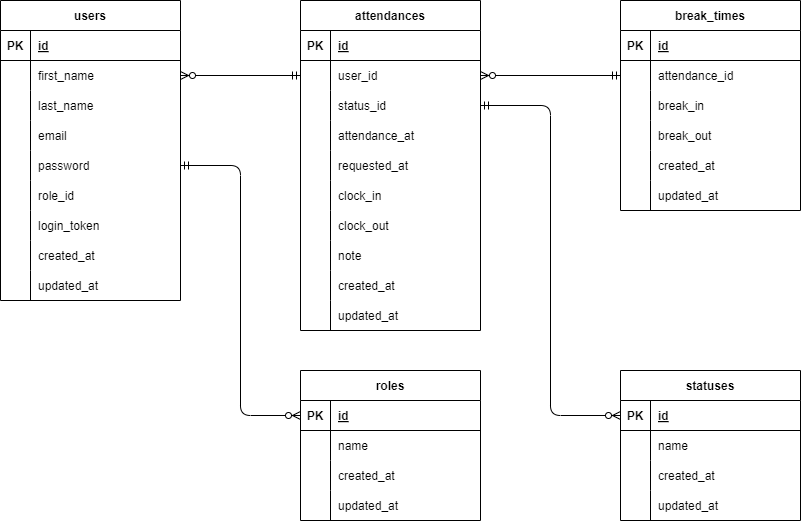
This is diagram/ER/ER.png from Shun-Adachi/coachtech-attendance-management, a draw.io export, as it was before one commit. Source tidied: cells renumbered, new cells last; positions are measured from the earlier drawing's top-left corner, leaving out a move shared by most shapes.
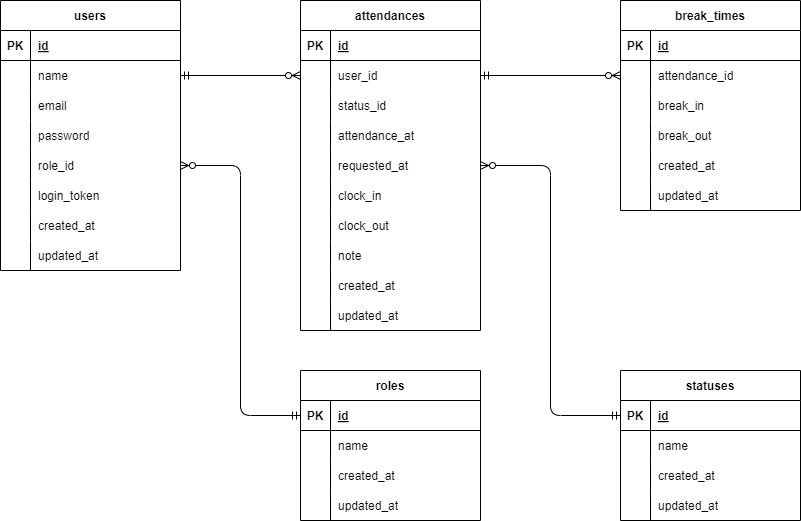
After the commit.

What changed in the source:
```diff
@@ -3,7 +3,7 @@
     <mxCell id="0" />
     <mxCell id="1" parent="0" />
     <mxCell id="2" value="users" style="shape=table;startSize=30;rowLines=0;fontStyle=1;align=center;" parent="1" vertex="1">
-      <mxGeometry width="180" height="300" as="geometry" />
+      <mxGeometry width="180" height="270" as="geometry" />
     </mxCell>
     <mxCell id="3" style="shape=tableRow;horizontal=0;startSize=0;swimlaneHead=0;swimlaneBody=0;fillColor=none;top=0;left=0;right=0;bottom=1;" parent="2" vertex="1">
       <mxGeometry y="30" width="180" height="30" as="geometry" />
@@ -20,20 +20,11 @@
     <mxCell id="7" style="shape=partialRectangle;fillColor=none;top=0;left=0;bottom=0;right=0;overflow=hidden;" parent="6" vertex="1">
       <mxGeometry width="30" height="30" as="geometry" />
     </mxCell>
-    <mxCell id="8" value="first_name" style="shape=partialRectangle;fillColor=none;top=0;left=0;bottom=0;right=0;align=left;spacingLeft=6;overflow=hidden;" parent="6" vertex="1">
+    <mxCell id="8" value="name" style="shape=partialRectangle;fillColor=none;top=0;left=0;bottom=0;right=0;align=left;spacingLeft=6;overflow=hidden;" parent="6" vertex="1">
       <mxGeometry x="30" width="150" height="30" as="geometry" />
     </mxCell>
-    <mxCell id="9" style="shape=tableRow;horizontal=0;startSize=0;swimlaneHead=0;swimlaneBody=0;fillColor=none;top=0;left=0;right=0;bottom=0;" parent="2" vertex="1">
-      <mxGeometry y="90" width="180" height="30" as="geometry" />
-    </mxCell>
-    <mxCell id="10" style="shape=partialRectangle;fillColor=none;top=0;left=0;bottom=0;right=0;overflow=hidden;" parent="9" vertex="1">
-      <mxGeometry width="30" height="30" as="geometry" />
-    </mxCell>
-    <mxCell id="11" value="last_name" style="shape=partialRectangle;fillColor=none;top=0;left=0;bottom=0;right=0;align=left;spacingLeft=6;overflow=hidden;" parent="9" vertex="1">
-      <mxGeometry x="30" width="150" height="30" as="geometry" />
-    </mxCell>
     <mxCell id="12" style="shape=tableRow;horizontal=0;startSize=0;swimlaneHead=0;swimlaneBody=0;fillColor=none;top=0;left=0;right=0;bottom=0;" parent="2" vertex="1">
-      <mxGeometry y="120" width="180" height="30" as="geometry" />
+      <mxGeometry y="90" width="180" height="30" as="geometry" />
     </mxCell>
     <mxCell id="13" style="shape=partialRectangle;fillColor=none;top=0;left=0;bottom=0;right=0;overflow=hidden;" parent="12" vertex="1">
       <mxGeometry width="30" height="30" as="geometry" />
@@ -42,7 +33,7 @@
       <mxGeometry x="30" width="150" height="30" as="geometry" />
     </mxCell>
     <mxCell id="15" style="shape=tableRow;horizontal=0;startSize=0;swimlaneHead=0;swimlaneBody=0;fillColor=none;points=[[0,0.5],[1,0.5]];portConstraint=eastwest;top=0;left=0;right=0;bottom=0;" parent="2" vertex="1">
-      <mxGeometry y="150" width="180" height="30" as="geometry" />
+      <mxGeometry y="120" width="180" height="30" as="geometry" />
     </mxCell>
     <mxCell id="16" style="shape=partialRectangle;fillColor=none;top=0;left=0;bottom=0;right=0;overflow=hidden;" parent="15" vertex="1">
       <mxGeometry width="30" height="30" as="geometry" />
@@ -51,7 +42,7 @@
       <mxGeometry x="30" width="150" height="30" as="geometry" />
     </mxCell>
     <mxCell id="18" style="shape=tableRow;horizontal=0;startSize=0;swimlaneHead=0;swimlaneBody=0;fillColor=none;points=[[0,0.5],[1,0.5]];portConstraint=eastwest;top=0;left=0;right=0;bottom=0;" parent="2" vertex="1">
-      <mxGeometry y="180" width="180" height="30" as="geometry" />
+      <mxGeometry y="150" width="180" height="30" as="geometry" />
     </mxCell>
     <mxCell id="19" style="shape=partialRectangle;fillColor=none;top=0;left=0;bottom=0;right=0;overflow=hidden;" parent="18" vertex="1">
       <mxGeometry width="30" height="30" as="geometry" />
@@ -60,7 +51,7 @@
       <mxGeometry x="30" width="150" height="30" as="geometry" />
     </mxCell>
     <mxCell id="21" style="shape=tableRow;horizontal=0;startSize=0;swimlaneHead=0;swimlaneBody=0;fillColor=none;top=0;left=0;right=0;bottom=0;" parent="2" vertex="1">
-      <mxGeometry y="210" width="180" height="30" as="geometry" />
+      <mxGeometry y="180" width="180" height="30" as="geometry" />
     </mxCell>
     <mxCell id="22" style="shape=partialRectangle;fillColor=none;top=0;left=0;bottom=0;right=0;overflow=hidden;" parent="21" vertex="1">
       <mxGeometry width="30" height="30" as="geometry" />
@@ -69,7 +60,7 @@
       <mxGeometry x="30" width="150" height="30" as="geometry" />
     </mxCell>
     <mxCell id="24" style="shape=tableRow;horizontal=0;startSize=0;swimlaneHead=0;swimlaneBody=0;fillColor=none;top=0;left=0;right=0;bottom=0;" parent="2" vertex="1">
-      <mxGeometry y="240" width="180" height="30" as="geometry" />
+      <mxGeometry y="210" width="180" height="30" as="geometry" />
     </mxCell>
     <mxCell id="25" style="shape=partialRectangle;fillColor=none;top=0;left=0;bottom=0;right=0;overflow=hidden;" parent="24" vertex="1">
       <mxGeometry width="30" height="30" as="geometry" />
@@ -78,7 +69,7 @@
       <mxGeometry x="30" width="150" height="30" as="geometry" />
     </mxCell>
     <mxCell id="27" style="shape=tableRow;horizontal=0;startSize=0;swimlaneHead=0;swimlaneBody=0;fillColor=none;top=0;left=0;right=0;bottom=0;" parent="2" vertex="1">
-      <mxGeometry y="270" width="180" height="30" as="geometry" />
+      <mxGeometry y="240" width="180" height="30" as="geometry" />
     </mxCell>
     <mxCell id="28" style="shape=partialRectangle;fillColor=none;top=0;left=0;bottom=0;right=0;overflow=hidden;" parent="27" vertex="1">
       <mxGeometry width="30" height="30" as="geometry" />
@@ -314,16 +305,16 @@
     <mxCell id="105" value="updated_at" style="shape=partialRectangle;fillColor=none;top=0;left=0;bottom=0;right=0;align=left;spacingLeft=6;overflow=hidden;" parent="103" vertex="1">
       <mxGeometry x="30" width="150" height="30" as="geometry" />
     </mxCell>
-    <mxCell id="106" style="edgeStyle=orthogonalEdgeStyle;fontSize=12;html=1;endArrow=ERzeroToMany;startArrow=ERmandOne;exitX=0;exitY=0.5;exitDx=0;exitDy=0;entryX=1;entryY=0.5;entryDx=0;entryDy=0;" parent="1" edge="1" source="47" target="6">
+    <mxCell id="106" style="edgeStyle=orthogonalEdgeStyle;fontSize=12;html=1;endArrow=ERzeroToMany;startArrow=ERmandOne;exitX=1;exitY=0.5;exitDx=0;exitDy=0;entryX=0;entryY=0.5;entryDx=0;entryDy=0;" parent="1" edge="1" source="6" target="47">
       <mxGeometry relative="1" as="geometry" />
     </mxCell>
-    <mxCell id="107" style="edgeStyle=orthogonalEdgeStyle;fontSize=12;html=1;endArrow=ERzeroToMany;startArrow=ERmandOne;exitX=0;exitY=0.5;exitDx=0;exitDy=0;entryX=1;entryY=0.5;entryDx=0;entryDy=0;" parent="1" edge="1" source="78" target="47">
+    <mxCell id="107" style="edgeStyle=orthogonalEdgeStyle;fontSize=12;html=1;endArrow=ERzeroToMany;startArrow=ERmandOne;exitX=1;exitY=0.5;exitDx=0;exitDy=0;entryX=0;entryY=0.5;entryDx=0;entryDy=0;" parent="1" edge="1" source="47" target="78">
       <mxGeometry relative="1" as="geometry" />
     </mxCell>
-    <mxCell id="108" style="edgeStyle=orthogonalEdgeStyle;fontSize=12;html=1;endArrow=ERzeroToMany;startArrow=ERmandOne;exitX=1;exitY=0.5;exitDx=0;exitDy=0;entryX=0;entryY=0.5;entryDx=0;entryDy=0;" parent="1" edge="1" source="50" target="31">
+    <mxCell id="108" style="edgeStyle=orthogonalEdgeStyle;fontSize=12;html=1;endArrow=ERzeroToMany;startArrow=ERmandOne;entryX=1;entryY=0.5;entryDx=0;entryDy=0;exitX=0;exitY=0.5;exitDx=0;exitDy=0;" parent="1" edge="1" source="31" target="56">
       <mxGeometry relative="1" as="geometry" />
     </mxCell>
-    <mxCell id="109" style="edgeStyle=orthogonalEdgeStyle;fontSize=12;html=1;endArrow=ERzeroToMany;startArrow=ERmandOne;exitX=1;exitY=0.5;exitDx=0;exitDy=0;entryX=0;entryY=0.5;entryDx=0;entryDy=0;" parent="1" edge="1" source="15" target="94">
+    <mxCell id="109" style="edgeStyle=orthogonalEdgeStyle;fontSize=12;html=1;endArrow=ERzeroToMany;startArrow=ERmandOne;entryX=1;entryY=0.5;entryDx=0;entryDy=0;exitX=0;exitY=0.5;exitDx=0;exitDy=0;" parent="1" edge="1" source="94" target="18">
       <mxGeometry relative="1" as="geometry" />
     </mxCell>
   </root>
```
